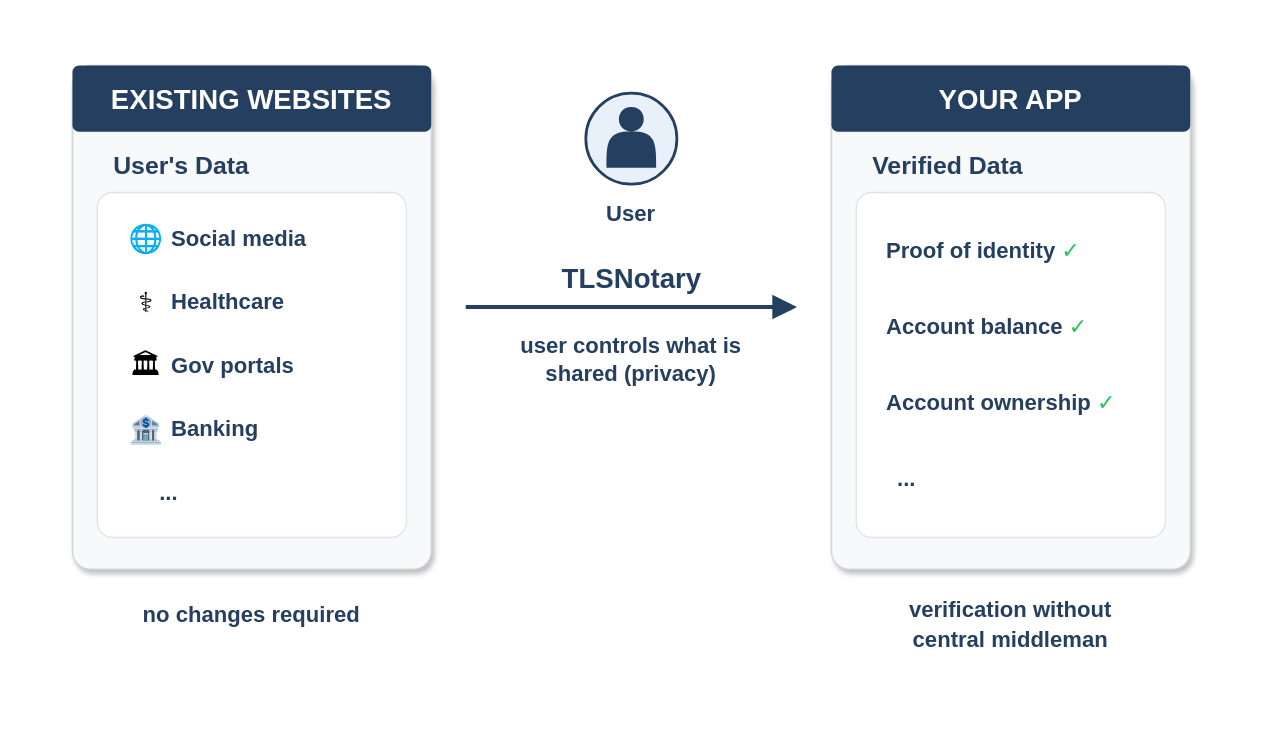
Before: diagrams/tlsnotary_what.drawio in tlsnotary/website, a draw.io diagram. Source tidied: cells renumbered, new cells numbered last; positions are measured from the earlier drawing's top-left corner, leaving out a move shared by most shapes. Both pictures are drawn from the tidied source at 138%, with x=0, y=0 at pixel (23, 23).
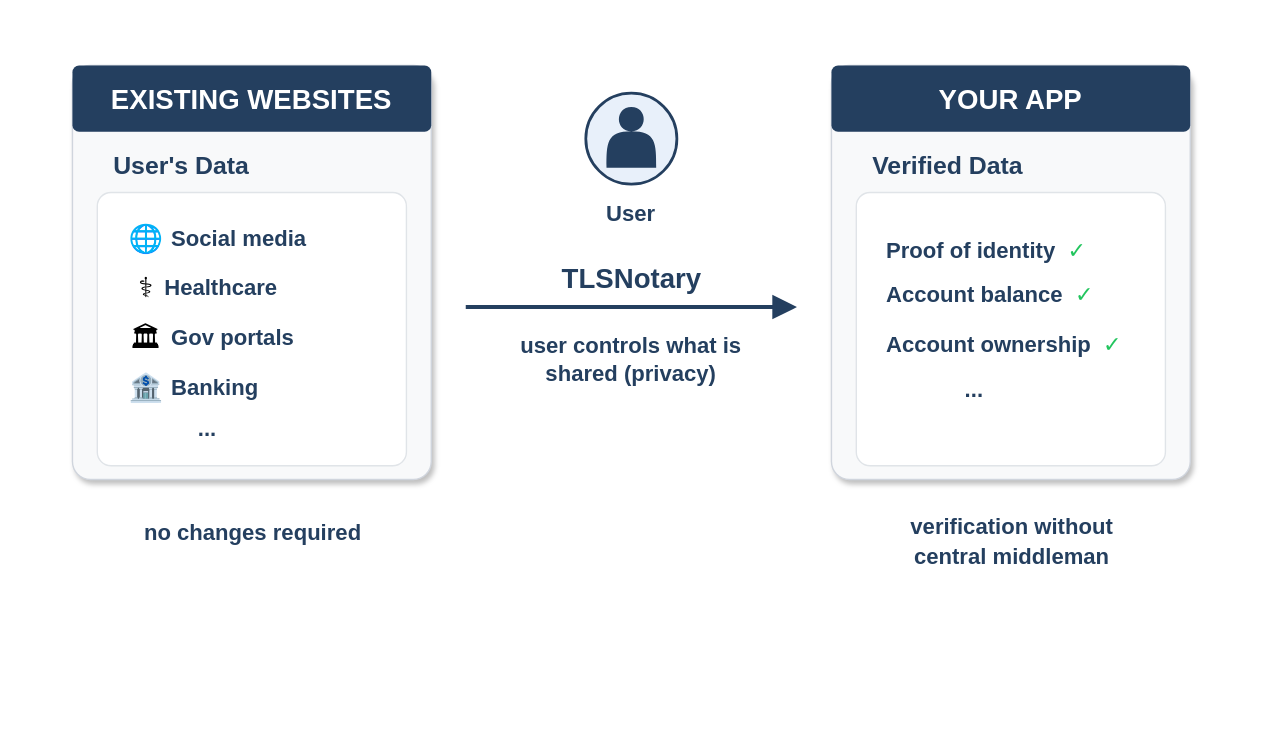
The same page after the edit.

Commit message (it also covers changes not shown here):
Improved diagram

What changed in the source:
```diff
@@
     <mxCell id="2" style="rounded=1;whiteSpace=wrap;html=1;fillColor=#ffffff;strokeColor=none;arcSize=4;" parent="1" vertex="1">
-      <mxGeometry width="880" height="500" as="geometry" />
+      <mxGeometry width="880" height="410" as="geometry" />
     </mxCell>
     <mxCell id="3" style="rounded=1;whiteSpace=wrap;html=1;fillColor=#f8f9fa;strokeColor=#d0d5dd;arcSize=5;shadow=1;" parent="1" vertex="1">
-      <mxGeometry x="35" y="30" width="260" height="365" as="geometry" />
+      <mxGeometry x="35" y="30" width="260" height="300" as="geometry" />
     </mxCell>
@@
     <mxCell id="7" style="rounded=1;whiteSpace=wrap;html=1;fillColor=#ffffff;strokeColor=#e0e4e8;arcSize=5;" parent="1" vertex="1">
-      <mxGeometry x="53" y="122" width="224" height="250" as="geometry" />
+      <mxGeometry x="53" y="122" width="224" height="198" as="geometry" />
     </mxCell>
@@
     <mxCell id="10" value="⚕" style="text;html=1;align=center;verticalAlign=middle;fontSize=20;" parent="1" vertex="1">
-      <mxGeometry x="73" y="186" width="30" height="30" as="geometry" />
+      <mxGeometry x="73" y="175" width="30" height="30" as="geometry" />
     </mxCell>
     <mxCell id="11" value="Healthcare" style="text;html=1;align=left;verticalAlign=middle;whiteSpace=wrap;rounded=0;fontStyle=1;fontSize=16;fontColor=#243F5F;" parent="1" vertex="1">
-      <mxGeometry x="105" y="186" width="100" height="30" as="geometry" />
+      <mxGeometry x="100" y="175" width="105" height="31.5" as="geometry" />
     </mxCell>
     <mxCell id="12" value="🏛" style="text;html=1;align=center;verticalAlign=middle;fontSize=20;" parent="1" vertex="1">
-      <mxGeometry x="73" y="232" width="30" height="30" as="geometry" />
+      <mxGeometry x="73" y="212" width="30" height="30" as="geometry" />
     </mxCell>
     <mxCell id="13" value="Gov portals" style="text;html=1;align=left;verticalAlign=middle;whiteSpace=wrap;rounded=0;fontStyle=1;fontSize=16;fontColor=#243F5F;" parent="1" vertex="1">
-      <mxGeometry x="105" y="232" width="105" height="30" as="geometry" />
+      <mxGeometry x="105" y="212" width="105" height="30" as="geometry" />
     </mxCell>
     <mxCell id="14" value="🏦" style="text;html=1;align=center;verticalAlign=middle;fontSize=20;" parent="1" vertex="1">
-      <mxGeometry x="73" y="278" width="30" height="30" as="geometry" />
+      <mxGeometry x="73" y="248" width="30" height="30" as="geometry" />
     </mxCell>
     <mxCell id="15" value="Banking" style="text;html=1;align=left;verticalAlign=middle;whiteSpace=wrap;rounded=0;fontStyle=1;fontSize=16;fontColor=#243F5F;" parent="1" vertex="1">
-      <mxGeometry x="105" y="278" width="80" height="30" as="geometry" />
+      <mxGeometry x="105" y="248" width="80" height="30" as="geometry" />
     </mxCell>
     <mxCell id="16" value="..." style="text;html=1;align=center;verticalAlign=middle;whiteSpace=wrap;rounded=0;fontSize=16;fontColor=#243F5F;fontStyle=1;" parent="1" vertex="1">
-      <mxGeometry x="85" y="324" width="40" height="30" as="geometry" />
+      <mxGeometry x="113" y="278" width="40" height="30" as="geometry" />
     </mxCell>
@@
     <mxCell id="23" style="rounded=1;whiteSpace=wrap;html=1;fillColor=#f8f9fa;strokeColor=#d0d5dd;arcSize=5;shadow=1;" parent="1" vertex="1">
-      <mxGeometry x="585" y="30" width="260" height="365" as="geometry" />
+      <mxGeometry x="585" y="30" width="260" height="300" as="geometry" />
     </mxCell>
@@
     <mxCell id="27" style="rounded=1;whiteSpace=wrap;html=1;fillColor=#ffffff;strokeColor=#e0e4e8;arcSize=5;" parent="1" vertex="1">
-      <mxGeometry x="603" y="122" width="224" height="250" as="geometry" />
+      <mxGeometry x="603" y="122" width="224" height="198" as="geometry" />
     </mxCell>
-    <mxCell id="28" value="Proof of identity&amp;nbsp;&lt;span style=&quot;font-family: &amp;quot;Google Sans&amp;quot;, Arial, sans-serif; font-weight: 400; background-color: rgb(255, 255, 255);&quot;&gt;&lt;font style=&quot;color: rgb(34, 197, 94);&quot;&gt;✓&lt;/font&gt;&lt;/span&gt;" style="text;html=1;align=left;verticalAlign=middle;whiteSpace=wrap;rounded=0;fontStyle=1;fontSize=16;fontColor=#243F5F;" parent="1" vertex="1">
+    <mxCell id="28" value="Proof of identity&amp;nbsp;&amp;nbsp;&lt;span style=&quot;font-family: &amp;quot;Google Sans&amp;quot;, Arial, sans-serif; font-weight: 400; background-color: rgb(255, 255, 255);&quot;&gt;&lt;font style=&quot;color: rgb(34, 197, 94);&quot;&gt;✓&lt;/font&gt;&lt;/span&gt;" style="text;html=1;align=left;verticalAlign=middle;whiteSpace=wrap;rounded=0;fontStyle=1;fontSize=16;fontColor=#243F5F;" parent="1" vertex="1">
       <mxGeometry x="623" y="151" width="190" height="26" as="geometry" />
     </mxCell>
-    <mxCell id="29" value="Account balance&amp;nbsp;&lt;span style=&quot;font-family: &amp;quot;Google Sans&amp;quot;, Arial, sans-serif; font-weight: 400; background-color: rgb(255, 255, 255);&quot;&gt;&lt;font style=&quot;color: rgb(34, 197, 94);&quot;&gt;✓&lt;/font&gt;&lt;/span&gt;" style="text;html=1;align=left;verticalAlign=middle;whiteSpace=wrap;rounded=0;fontStyle=1;fontSize=16;fontColor=#243F5F;" parent="1" vertex="1">
-      <mxGeometry x="623" y="206" width="190" height="26" as="geometry" />
+    <mxCell id="29" value="Account balance&amp;nbsp;&amp;nbsp;&lt;span style=&quot;font-family: &amp;quot;Google Sans&amp;quot;, Arial, sans-serif; font-weight: 400; background-color: rgb(255, 255, 255);&quot;&gt;&lt;font style=&quot;color: rgb(34, 197, 94);&quot;&gt;✓&lt;/font&gt;&lt;/span&gt;" style="text;html=1;align=left;verticalAlign=middle;whiteSpace=wrap;rounded=0;fontStyle=1;fontSize=16;fontColor=#243F5F;" parent="1" vertex="1">
+      <mxGeometry x="623" y="183" width="190" height="26" as="geometry" />
     </mxCell>
-    <mxCell id="30" value="Account ownership&amp;nbsp;&lt;span style=&quot;font-family: &amp;quot;Google Sans&amp;quot;, Arial, sans-serif; font-weight: 400; background-color: rgb(255, 255, 255);&quot;&gt;&lt;font style=&quot;color: rgb(34, 197, 94);&quot;&gt;✓&lt;/font&gt;&lt;/span&gt;" style="text;html=1;align=left;verticalAlign=middle;whiteSpace=wrap;rounded=0;fontStyle=1;fontSize=16;fontColor=#243F5F;" parent="1" vertex="1">
-      <mxGeometry x="623" y="261" width="200" height="26" as="geometry" />
+    <mxCell id="30" value="Account ownership&amp;nbsp;&amp;nbsp;&lt;span style=&quot;font-family: &amp;quot;Google Sans&amp;quot;, Arial, sans-serif; font-weight: 400; background-color: rgb(255, 255, 255);&quot;&gt;&lt;font style=&quot;color: rgb(34, 197, 94);&quot;&gt;✓&lt;/font&gt;&lt;/span&gt;" style="text;html=1;align=left;verticalAlign=middle;whiteSpace=wrap;rounded=0;fontStyle=1;fontSize=16;fontColor=#243F5F;" parent="1" vertex="1">
+      <mxGeometry x="623" y="219" width="200" height="26" as="geometry" />
     </mxCell>
     <mxCell id="31" value="..." style="text;html=1;align=left;verticalAlign=middle;whiteSpace=wrap;rounded=0;fontSize=16;fontColor=#243F5F;fontStyle=1;" parent="1" vertex="1">
-      <mxGeometry x="631" y="316" width="40" height="26" as="geometry" />
+      <mxGeometry x="680" y="252" width="40" height="26" as="geometry" />
     </mxCell>
     <mxCell id="32" value="&lt;font style=&quot;font-size: 16px;&quot;&gt;no changes required&lt;/font&gt;" style="text;html=1;align=center;verticalAlign=middle;whiteSpace=wrap;rounded=0;fontStyle=1;fontSize=18;fontColor=#243F5F;" parent="1" vertex="1">
-      <mxGeometry x="35" y="410" width="260" height="36" as="geometry" />
+      <mxGeometry x="35.5" y="350" width="260" height="36" as="geometry" />
     </mxCell>
     <mxCell id="33" value="&lt;font style=&quot;font-size: 16px;&quot;&gt;verification without&lt;br&gt;central middleman&lt;/font&gt;" style="text;html=1;align=center;verticalAlign=middle;whiteSpace=wrap;rounded=0;fontStyle=1;fontSize=18;fontColor=#243F5F;" parent="1" vertex="1">
-      <mxGeometry x="585" y="410" width="260" height="50" as="geometry" />
+      <mxGeometry x="585.5" y="350" width="260" height="50" as="geometry" />
     </mxCell>
```
